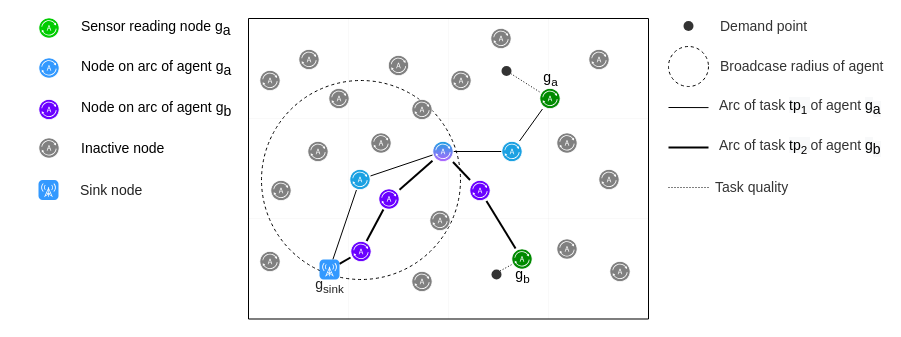
Earlier version of the draw.io diagram source/grid_concept.drawio (sevenmachines/els_energy_optimisation_and_adaptive_coverage_in_wsn_systems). Source tidied: cells renumbered, new cells numbered last; positions are measured from the earlier drawing's top-left corner, leaving out a move shared by most shapes. Both pictures are drawn from the tidied source at 100%, with x=0, y=0 at pixel (38, 17).
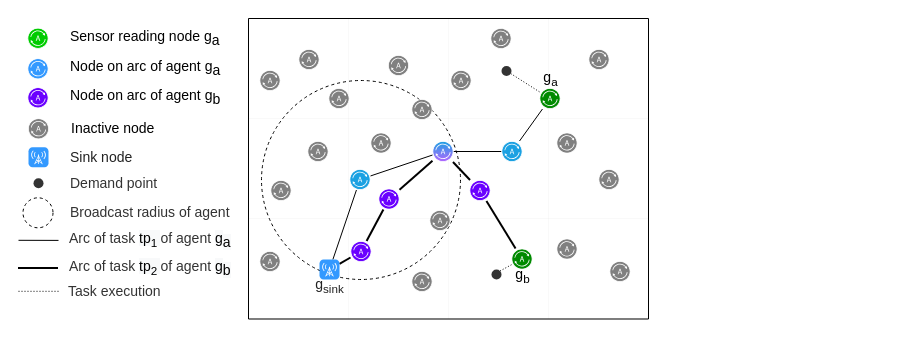
After the change.

Commit message (it also covers changes not shown here):
Update grid concept diagram

What changed in the source:
```diff
@@
     <mxCell id="8" value="Sensor reading node g&lt;sub style=&quot;font-size: 14px&quot;&gt;a&lt;/sub&gt;" style="shadow=0;dashed=0;html=1;labelPosition=right;verticalLabelPosition=middle;verticalAlign=middle;align=left;shape=mxgraph.veeam2.agent;labelBackgroundColor=none;fillColor=#00CC00;spacingLeft=20;fontSize=14;" parent="1" vertex="1">
-      <mxGeometry width="21" height="21" as="geometry" />
+      <mxGeometry x="-11" y="10.3" width="21" height="21" as="geometry" />
     </mxCell>
     <mxCell id="9" value="Node on arc of agent g&lt;sub style=&quot;font-size: 14px&quot;&gt;a&lt;/sub&gt;" style="shadow=0;dashed=0;html=1;labelPosition=right;verticalLabelPosition=middle;verticalAlign=middle;align=left;shape=mxgraph.veeam2.agent;labelBackgroundColor=none;fillColor=#3399FF;spacingLeft=20;fontSize=14;" parent="1" vertex="1">
-      <mxGeometry y="40" width="21" height="21" as="geometry" />
+      <mxGeometry x="-11" y="40.8" width="21" height="21" as="geometry" />
     </mxCell>
@@
     <mxCell id="44" value="Inactive node" style="shadow=0;dashed=0;html=1;labelPosition=right;verticalLabelPosition=middle;verticalAlign=middle;align=left;shape=mxgraph.veeam2.agent;labelBackgroundColor=none;fillColor=#808080;spacingLeft=20;fontSize=14;" parent="1" vertex="1">
-      <mxGeometry y="120" width="21" height="21" as="geometry" />
+      <mxGeometry x="-10.5" y="100.8" width="21" height="21" as="geometry" />
     </mxCell>
     <mxCell id="45" value="Demand point" style="ellipse;html=1;dashed=1;labelBackgroundColor=none;fontColor=#333333;fillColor=#333333;strokeColor=none;labelPosition=right;verticalLabelPosition=middle;align=left;verticalAlign=middle;fontSize=14;textDirection=ltr;spacingLeft=25;" parent="1" vertex="1">
-      <mxGeometry x="645" y="3.5" width="10" height="10" as="geometry" />
+      <mxGeometry x="-5" y="160.8" width="10" height="10" as="geometry" />
     </mxCell>
-    <mxCell id="46" value="Broadcase radius of agent" style="ellipse;html=1;labelBackgroundColor=none;strokeColor=#000000;fontColor=#333333;fillColor=none;dashed=1;labelPosition=right;verticalLabelPosition=middle;align=left;verticalAlign=middle;spacingLeft=10;fontSize=14;" parent="1" vertex="1">
-      <mxGeometry x="630" y="29" width="40" height="40" as="geometry" />
+    <mxCell id="46" value="Broadcast radius of agent" style="ellipse;html=1;labelBackgroundColor=none;strokeColor=#000000;fontColor=#333333;fillColor=none;dashed=1;labelPosition=right;verticalLabelPosition=middle;align=left;verticalAlign=middle;spacingLeft=15;fontSize=14;" parent="1" vertex="1">
+      <mxGeometry x="-15.5" y="180.3" width="30" height="30" as="geometry" />
     </mxCell>
     <mxCell id="47" value="Arc of task&amp;nbsp;&lt;span style=&quot;color: rgb(0 , 0 , 0) ; background-color: rgb(248 , 249 , 250)&quot;&gt;tp&lt;/span&gt;&lt;span style=&quot;color: rgb(0 , 0 , 0) ; background-color: rgb(248 , 249 , 250)&quot;&gt;&lt;sub&gt;1&amp;nbsp;&lt;/sub&gt;&lt;/span&gt;of agent&amp;nbsp;&lt;span style=&quot;color: rgb(0 , 0 , 0) ; background-color: rgb(248 , 249 , 250)&quot;&gt;g&lt;/span&gt;&lt;sub style=&quot;color: rgb(0 , 0 , 0) ; background-color: rgb(248 , 249 , 250) ; font-size: 14px&quot;&gt;a&lt;/sub&gt;" style="edgeStyle=none;rounded=0;orthogonalLoop=1;jettySize=auto;html=1;endArrow=none;endFill=0;fontColor=#333333;labelPosition=right;verticalLabelPosition=middle;align=left;verticalAlign=middle;spacingLeft=29;fontSize=14;" parent="1" edge="1">
       <mxGeometry relative="1" as="geometry">
-        <mxPoint x="630" y="90" as="sourcePoint" />
-        <mxPoint x="670" y="90.1" as="targetPoint" />
+        <mxPoint x="-20" y="222.8" as="sourcePoint" />
+        <mxPoint x="20" y="222.9" as="targetPoint" />
       </mxGeometry>
     </mxCell>
-    <mxCell id="48" value="Task quality" style="edgeStyle=none;rounded=0;orthogonalLoop=1;jettySize=auto;html=1;endArrow=none;endFill=0;fontSize=14;fontColor=#333333;dashed=1;dashPattern=1 2;labelPosition=right;verticalLabelPosition=middle;align=left;verticalAlign=middle;labelBackgroundColor=none;spacingLeft=25;" parent="1" edge="1">
+    <mxCell id="48" value="Task execution" style="edgeStyle=none;rounded=0;orthogonalLoop=1;jettySize=auto;html=1;endArrow=none;endFill=0;fontSize=14;fontColor=#333333;dashed=1;dashPattern=1 2;labelPosition=right;verticalLabelPosition=middle;align=left;verticalAlign=middle;labelBackgroundColor=none;spacingLeft=28;" parent="1" edge="1">
       <mxGeometry relative="1" as="geometry">
-        <mxPoint x="670" y="170" as="sourcePoint" />
-        <mxPoint x="630" y="170" as="targetPoint" />
+        <mxPoint x="20" y="273.8" as="sourcePoint" />
+        <mxPoint x="-20" y="273.8" as="targetPoint" />
       </mxGeometry>
     </mxCell>
@@
     <mxCell id="51" value="&lt;font color=&quot;#000000&quot;&gt;Node on arc of agent g&lt;sub style=&quot;font-size: 14px&quot;&gt;b&lt;/sub&gt;&lt;/font&gt;" style="shadow=0;dashed=0;html=1;labelPosition=right;verticalLabelPosition=middle;verticalAlign=middle;align=left;shape=mxgraph.veeam2.agent;labelBackgroundColor=none;fillColor=#6a00ff;spacingLeft=20;fontSize=14;strokeColor=#3700CC;fontColor=#ffffff;" parent="1" vertex="1">
-      <mxGeometry y="81.5" width="21" height="21" as="geometry" />
+      <mxGeometry x="-11" y="69.8" width="21" height="21" as="geometry" />
     </mxCell>
     <mxCell id="52" value="Arc of task&amp;nbsp;&lt;span style=&quot;color: rgb(0 , 0 , 0) ; background-color: rgb(248 , 249 , 250)&quot;&gt;tp&lt;/span&gt;&lt;span style=&quot;color: rgb(0 , 0 , 0) ; background-color: rgb(248 , 249 , 250)&quot;&gt;&lt;sub&gt;2&amp;nbsp;&lt;/sub&gt;&lt;/span&gt;of agent&amp;nbsp;&lt;span style=&quot;color: rgb(0 , 0 , 0) ; background-color: rgb(248 , 249 , 250)&quot;&gt;g&lt;/span&gt;&lt;sub style=&quot;color: rgb(0 , 0 , 0) ; background-color: rgb(248 , 249 , 250) ; font-size: 14px&quot;&gt;b&lt;/sub&gt;" style="edgeStyle=none;rounded=0;orthogonalLoop=1;jettySize=auto;html=1;endArrow=none;endFill=0;fontColor=#333333;labelPosition=right;verticalLabelPosition=middle;align=left;verticalAlign=middle;spacingLeft=29;fontSize=14;strokeWidth=2;" parent="1" edge="1">
       <mxGeometry relative="1" as="geometry">
-        <mxPoint x="630" y="130" as="sourcePoint" />
-        <mxPoint x="670" y="130" as="targetPoint" />
+        <mxPoint x="-20.5" y="250.6" as="sourcePoint" />
+        <mxPoint x="19.5" y="250.6" as="targetPoint" />
       </mxGeometry>
     </mxCell>
     <mxCell id="53" value="Sink node" style="html=1;strokeWidth=1;shadow=0;dashed=0;shape=mxgraph.ios7.misc.broadcast;strokeColor=none;buttonText=;strokeColor2=#222222;fontColor=#222222;fontSize=14;verticalLabelPosition=middle;verticalAlign=middle;align=left;fillColor=#3399FF;spacingTop=0;labelPosition=right;spacingLeft=20;" parent="1" vertex="1">
-      <mxGeometry y="162.5" width="20" height="20" as="geometry" />
+      <mxGeometry x="-10" y="129.8" width="20" height="20" as="geometry" />
     </mxCell>
```
